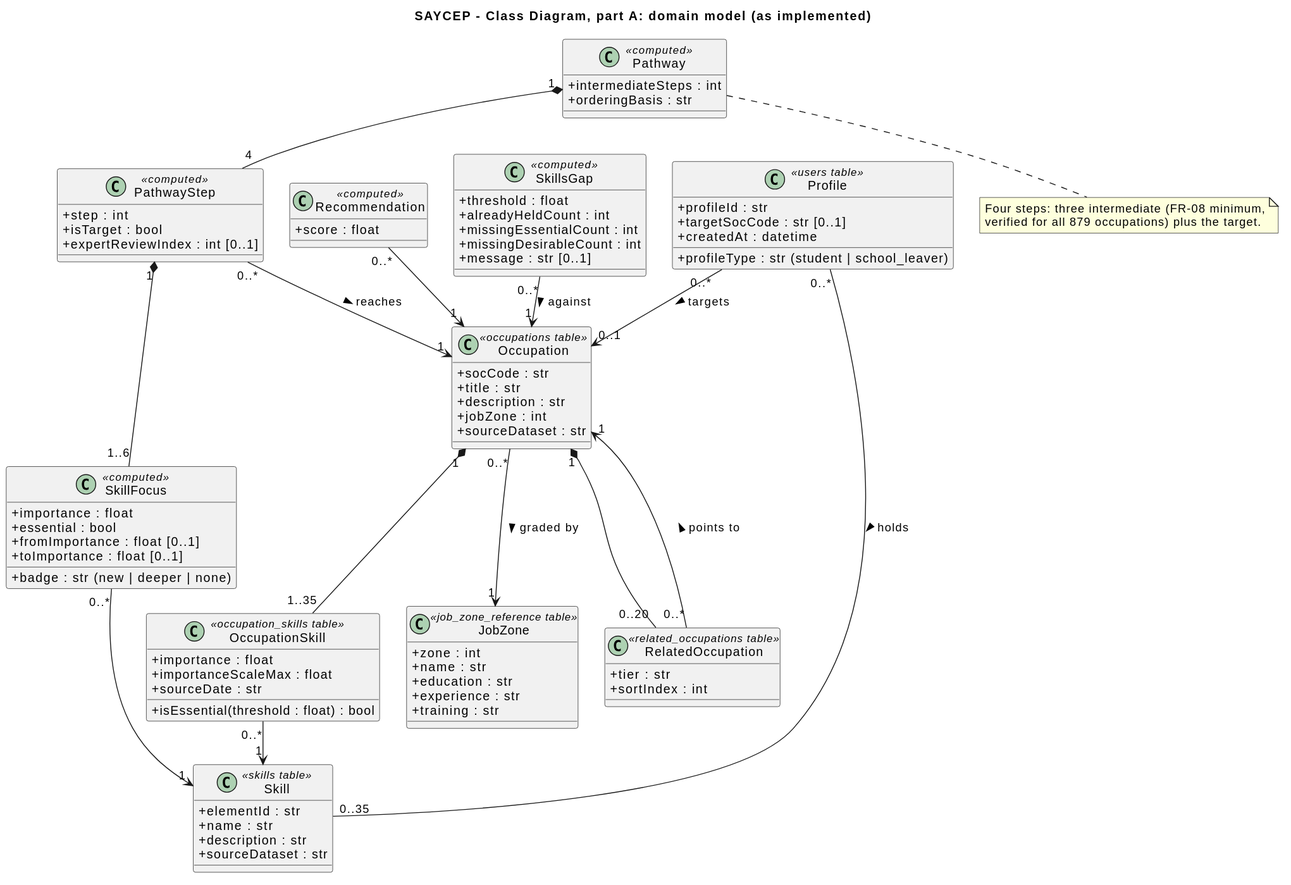
Before: docs/uml/a3/03a-class-domain.svg, a diagram exported from PlantUML (ShogunLSG/SAYCEP).
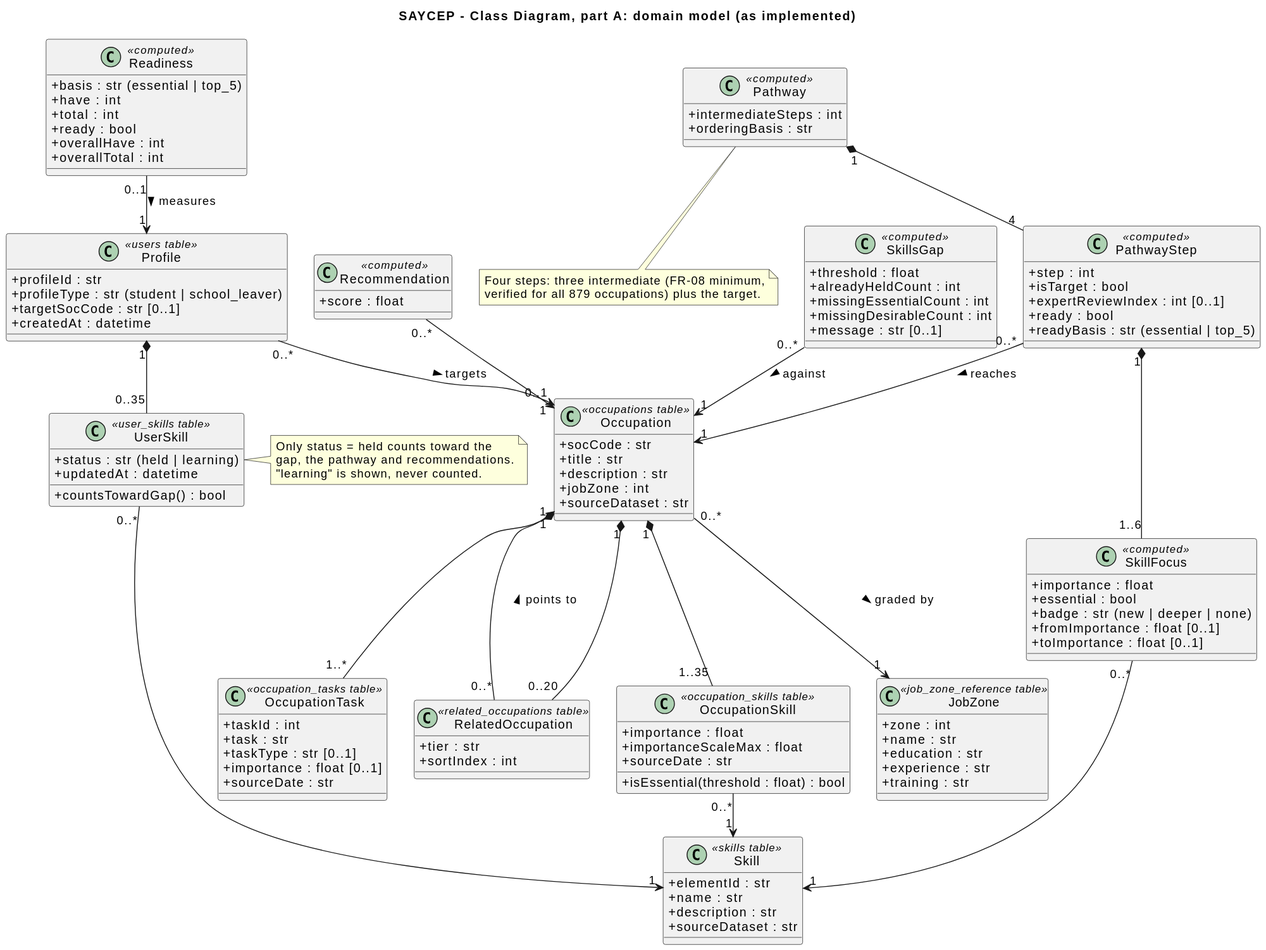
Later version of the same file.

Change to the diagram source:
```diff
@@ -7,9 +7,14 @@
 
 class Profile <<users table>> {
   + profileId : str
-  + profileType : str  (student | school_leaver)
+  + {field} profileType : str  (student | school_leaver)
   + targetSocCode : str [0..1]
   + createdAt : datetime
+}
+class UserSkill <<user_skills table>> {
+  + {field} status : str  (held | learning)
+  + updatedAt : datetime
+  + countsTowardGap() : bool
 }
 class Skill <<skills table>> {
   + elementId : str
@@ -37,6 +42,13 @@
   + experience : str
   + training : str
 }
+class OccupationTask <<occupation_tasks table>> {
+  + taskId : int
+  + task : str
+  + taskType : str [0..1]
+  + importance : float [0..1]
+  + sourceDate : str
+}
 class RelatedOccupation <<related_occupations table>> {
   + tier : str
   + sortIndex : int
@@ -57,11 +69,21 @@
   + step : int
   + isTarget : bool
   + expertReviewIndex : int [0..1]
+  + ready : bool
+  + {field} readyBasis : str  (essential | top_5)
+}
+class Readiness <<computed>> {
+  + {field} basis : str  (essential | top_5)
+  + have : int
+  + total : int
+  + ready : bool
+  + overallHave : int
+  + overallTotal : int
 }
 class SkillFocus <<computed>> {
   + importance : float
   + essential : bool
-  + badge : str  (new | deeper | none)
+  + {field} badge : str  (new | deeper | none)
   + fromImportance : float [0..1]
   + toImportance : float [0..1]
 }
@@ -69,12 +91,14 @@
   + score : float
 }
 
-Profile "0..*" -- "0..35" Skill : holds >
+Profile "1" *-- "0..35" UserSkill
+UserSkill "0..*" --> "1" Skill
 Profile "0..*" --> "0..1" Occupation : targets >
 Occupation "1" *-- "1..35" OccupationSkill
 OccupationSkill "0..*" --> "1" Skill
 Occupation "0..*" --> "1" JobZone : graded by >
 Occupation "1" *-- "0..20" RelatedOccupation
+Occupation "1" *-- "1..*" OccupationTask
 RelatedOccupation "0..*" --> "1" Occupation : points to >
 
 SkillsGap "0..*" --> "1" Occupation : against >
@@ -83,6 +107,13 @@
 PathwayStep "0..*" --> "1" Occupation : reaches >
 SkillFocus "0..*" --> "1" Skill
 Recommendation "0..*" --> "1" Occupation
+Readiness "0..1" --> "1" Profile : measures >
+
+note right of UserSkill
+  Only status = held counts toward the
+  gap, the pathway and recommendations.
+  "learning" is shown, never counted.
+end note
 
 note bottom of Pathway
   Four steps: three intermediate (FR-08 minimum,
```
